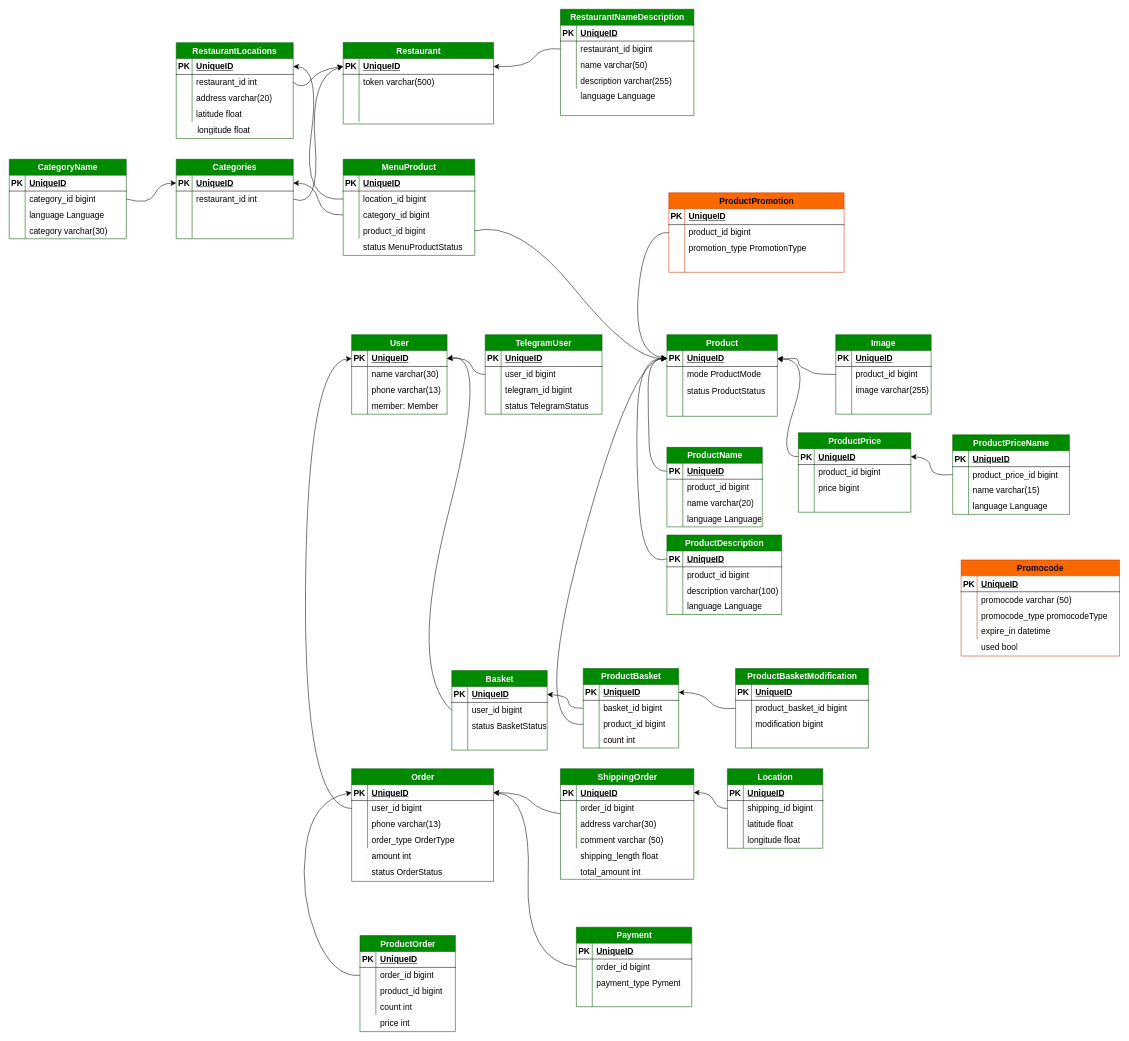
The draw.io diagram page "db scheme" (2 of 2) of restaurant.drawio in KmvRoman/Diagrams, before the edit. Source tidied: cells renumbered, new cells numbered last; positions are measured from the earlier drawing's top-left corner, leaving out a move shared by most shapes. Both pictures are drawn from the tidied source at 53%, with x=0, y=0 at pixel (9, 9).
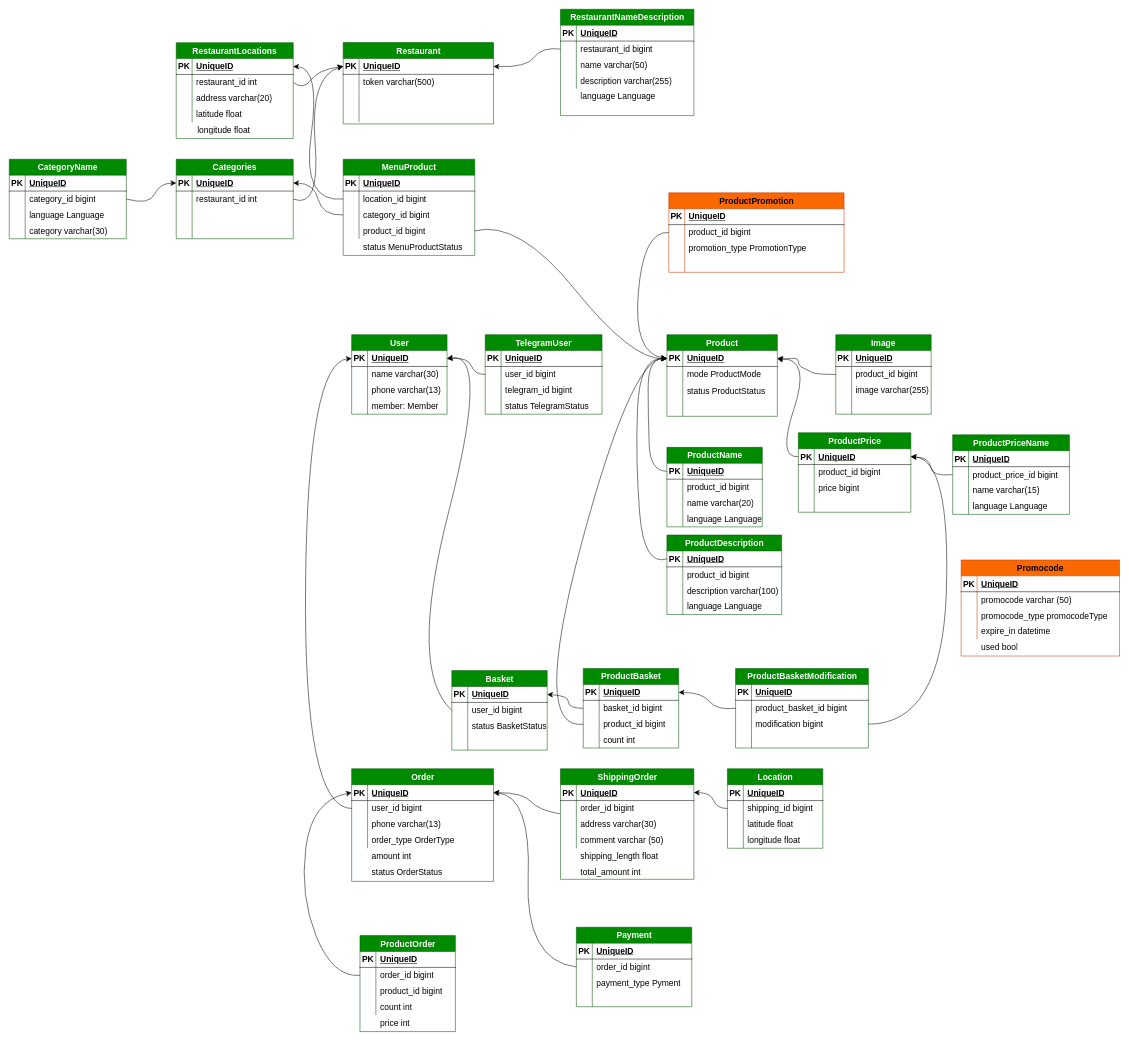
The same page after the edit.

The change refers to these unchanged cells:
```xml
<mxCell id="86" style="shape=tableRow;horizontal=0;startSize=0;swimlaneHead=0;swimlaneBody=0;fillColor=none;points=[[0,0.5],[1,0.5]];portConstraint=eastwest;top=0;left=0;right=0;bottom=1;fontSize=16;" parent="85" vertex="1">
  <mxGeometry y="30" width="212.3" height="30" as="geometry" />
</mxCell>
<mxCell id="120" style="shape=tableRow;horizontal=0;startSize=0;swimlaneHead=0;swimlaneBody=0;fillColor=none;points=[[0,0.5],[1,0.5]];portConstraint=eastwest;top=0;left=0;right=0;bottom=0;fontSize=16;" parent="113" vertex="1">
  <mxGeometry y="90" width="250.6" height="30" as="geometry" />
</mxCell>
```

Change to the diagram source:
```diff
@@
+    <mxCell id="348" style="edgeStyle=none;curved=1;rounded=0;jettySize=auto;html=1;entryX=1;entryY=0.5;entryDx=0;entryDy=0;fontSize=12;startSize=8;endSize=8;exitX=1;exitY=0.5;exitDx=0;exitDy=0;" parent="1" edge="1" source="120" target="86">
+      <mxGeometry relative="1" as="geometry">
+        <Array as="points">
+          <mxPoint x="1760" y="1349" />
+          <mxPoint x="1776" y="850" />
+        </Array>
+      </mxGeometry>
+    </mxCell>
```
